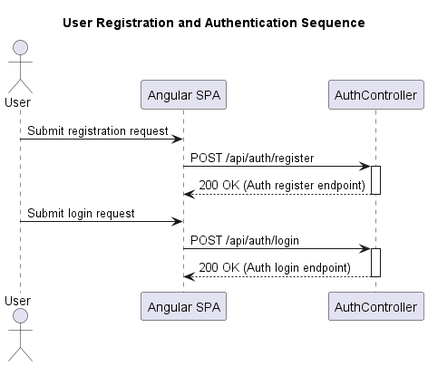
micjaw310589/f1-betting-game keeps this PlantUML diagram as docs/sequences/user_registration.png. Above is the earlier version.
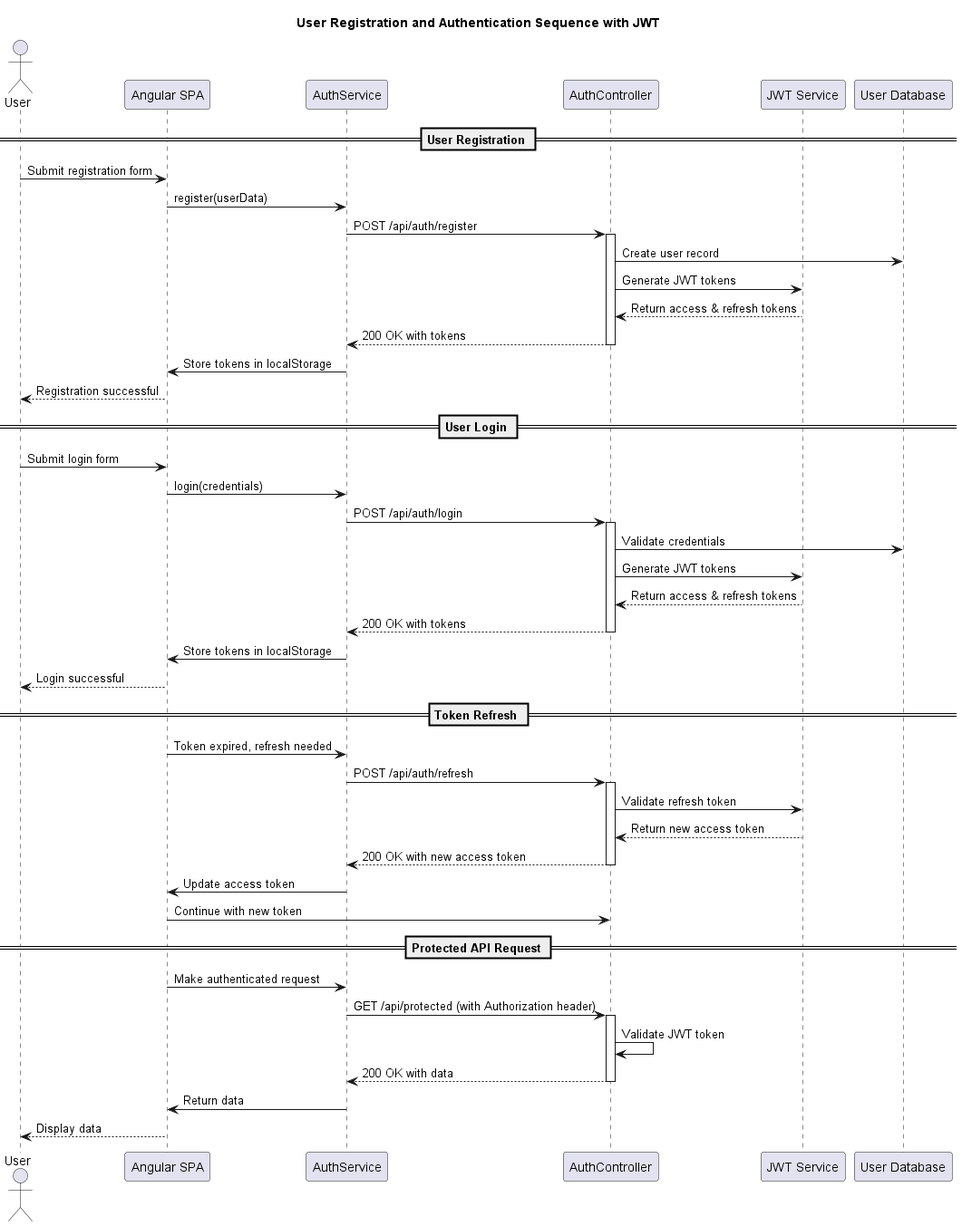
The same diagram one commit later.

Change to the diagram source:
```diff
@@ -1,20 +1,58 @@
 @startuml
-title User Registration and Authentication Sequence
+title User Registration and Authentication Sequence with JWT
 
 actor User
 participant "Angular SPA" as SPA
+participant "AuthService" as AuthService
 participant "AuthController" as API
+participant "JWT Service" as JWTService
+participant "User Database" as DB
 
-User -> SPA : Submit registration request
-SPA -> API : POST /api/auth/register
+== User Registration ==
+User -> SPA : Submit registration form
+SPA -> AuthService : register(userData)
+AuthService -> API : POST /api/auth/register
 activate API
-API --> SPA : 200 OK (Auth register endpoint)
+API -> DB : Create user record
+API -> JWTService : Generate JWT tokens
+JWTService --> API : Return access & refresh tokens
+API --> AuthService : 200 OK with tokens
 deactivate API
+AuthService -> SPA : Store tokens in localStorage
+SPA --> User : Registration successful
 
-User -> SPA : Submit login request
-SPA -> API : POST /api/auth/login
+== User Login ==
+User -> SPA : Submit login form
+SPA -> AuthService : login(credentials)
+AuthService -> API : POST /api/auth/login
 activate API
-API --> SPA : 200 OK (Auth login endpoint)
+API -> DB : Validate credentials
+API -> JWTService : Generate JWT tokens
+JWTService --> API : Return access & refresh tokens
+API --> AuthService : 200 OK with tokens
 deactivate API
+AuthService -> SPA : Store tokens in localStorage
+SPA --> User : Login successful
+
+== Token Refresh ==
+SPA -> AuthService : Token expired, refresh needed
+AuthService -> API : POST /api/auth/refresh
+activate API
+API -> JWTService : Validate refresh token
+JWTService --> API : Return new access token
+API --> AuthService : 200 OK with new access token
+deactivate API
+AuthService -> SPA : Update access token
+SPA -> API : Continue with new token
+
+== Protected API Request ==
+SPA -> AuthService : Make authenticated request
+AuthService -> API : GET /api/protected (with Authorization header)
+activate API
+API -> API : Validate JWT token
+API --> AuthService : 200 OK with data
+deactivate API
+AuthService -> SPA : Return data
+SPA --> User : Display data
 
 @enduml
```
